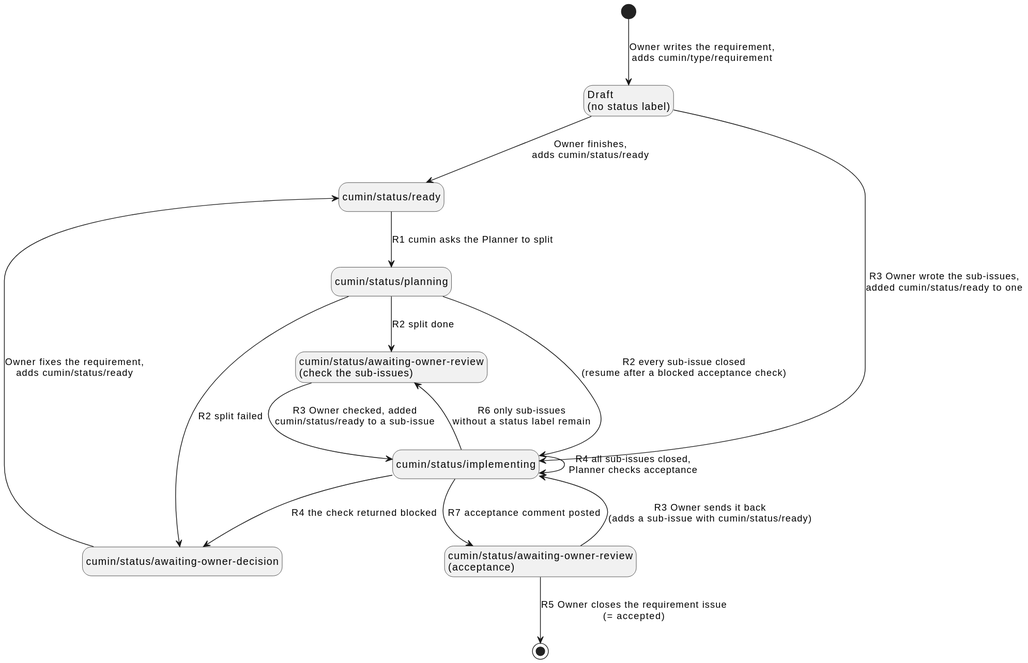
Before: docs/ja/requirements/workflow/requirement-issue-states.svg, a diagram exported from PlantUML (cloveclovedev/cumin-works).
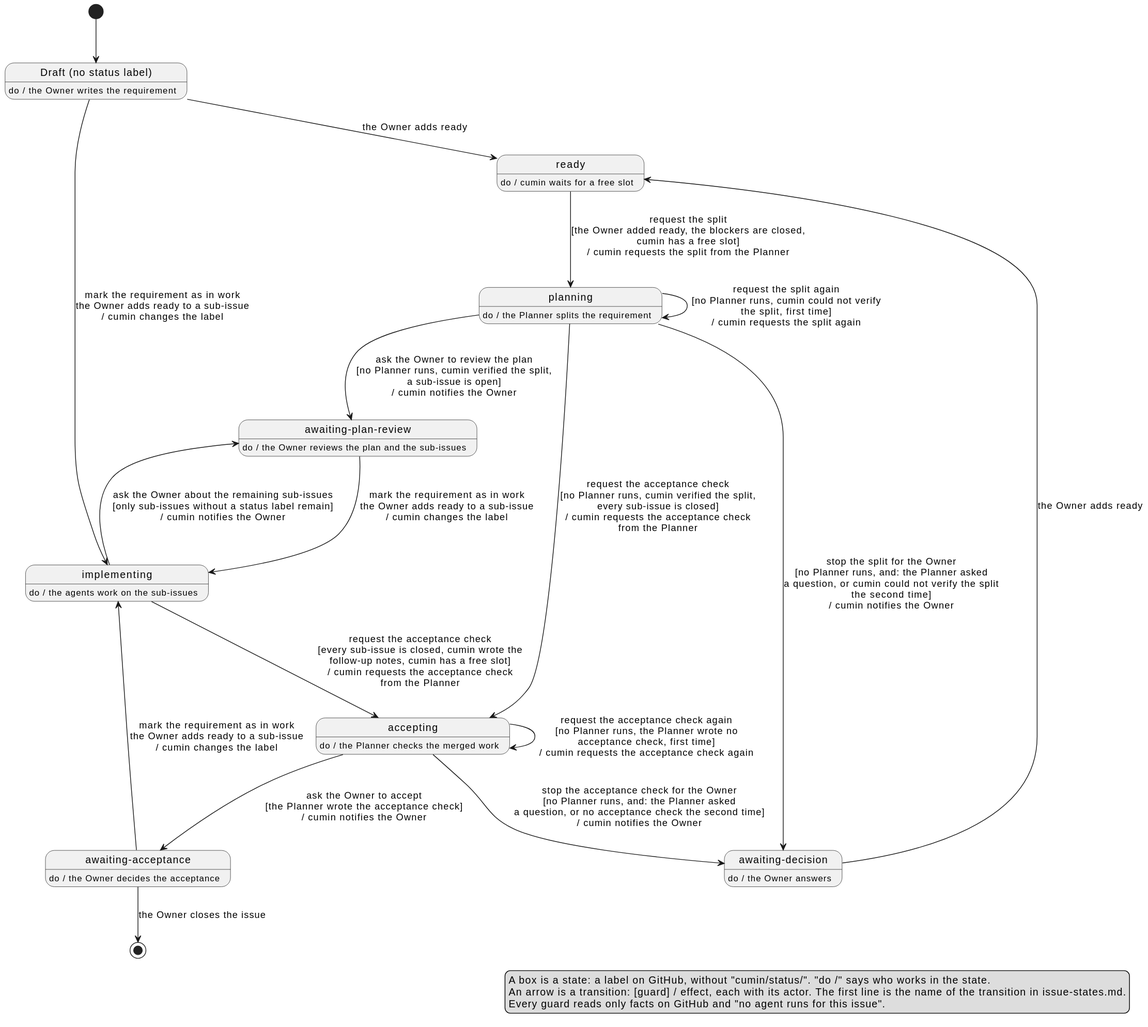
The same diagram one commit later.

Commit message:
docs(requirements): rewrite the states of an issue as a state machine (#514)

The edit, as a diff of the source:
```diff
@@ -2,27 +2,51 @@
 
 hide empty description
 
-state "Draft\n(no status label)" as Draft
-state "cumin/status/ready" as Ready
-state "cumin/status/planning" as Planning
-state "cumin/status/awaiting-owner-review\n(check the sub-issues)" as PlanReview
-state "cumin/status/implementing" as Implementing
-state "cumin/status/awaiting-owner-review\n(acceptance)" as Acceptance
-state "cumin/status/awaiting-owner-decision" as Decision
+state "Draft (no status label)" as Draft
+Draft : do / the Owner writes the requirement
 
-[*] --> Draft : Owner writes the requirement,\nadds cumin/type/requirement
-Draft --> Ready : Owner finishes,\nadds cumin/status/ready
-Draft --> Implementing : R3 Owner wrote the sub-issues,\nadded cumin/status/ready to one
-Ready --> Planning : R1 cumin asks the Planner to split
-Planning --> PlanReview : R2 split done
-Planning --> Implementing : R2 every sub-issue closed\n(resume after a blocked acceptance check)
-Planning --> Decision : R2 split failed
-Decision --> Ready : Owner fixes the requirement,\nadds cumin/status/ready
-PlanReview --> Implementing : R3 Owner checked, added\ncumin/status/ready to a sub-issue
-Implementing --> Implementing : R4 all sub-issues closed,\nPlanner checks acceptance
-Implementing --> Decision : R4 the check returned blocked
-Implementing --> Acceptance : R7 acceptance comment posted
-Implementing --> PlanReview : R6 only sub-issues\nwithout a status label remain
-Acceptance --> Implementing : R3 Owner sends it back\n(adds a sub-issue with cumin/status/ready)
-Acceptance --> [*] : R5 Owner closes the requirement issue\n(= accepted)
+state "ready" as Ready
+Ready : do / cumin waits for a free slot
+
+state "planning" as Planning
+Planning : do / the Planner splits the requirement
+
+state "awaiting-plan-review" as PlanReview
+PlanReview : do / the Owner reviews the plan and the sub-issues
+
+state "implementing" as Implementing
+Implementing : do / the agents work on the sub-issues
+
+state "accepting" as Accepting
+Accepting : do / the Planner checks the merged work
+
+state "awaiting-acceptance" as Acceptance
+Acceptance : do / the Owner decides the acceptance
+
+state "awaiting-decision" as Decision
+Decision : do / the Owner answers
+
+[*] --> Draft
+Draft --> Ready : the Owner adds ready
+Draft --> Implementing : mark the requirement as in work\nthe Owner adds ready to a sub-issue\n/ cumin changes the label
+Ready --> Planning : request the split\n[the Owner added ready, the blockers are closed,\ncumin has a free slot]\n/ cumin requests the split from the Planner
+Planning --> PlanReview : ask the Owner to review the plan\n[no Planner runs, cumin verified the split,\na sub-issue is open]\n/ cumin notifies the Owner
+Planning --> Accepting : request the acceptance check\n[no Planner runs, cumin verified the split,\nevery sub-issue is closed]\n/ cumin requests the acceptance check\nfrom the Planner
+Planning --> Planning : request the split again\n[no Planner runs, cumin could not verify\nthe split, first time]\n/ cumin requests the split again
+Planning --> Decision : stop the split for the Owner\n[no Planner runs, and: the Planner asked\na question, or cumin could not verify the split\nthe second time]\n/ cumin notifies the Owner
+PlanReview --> Implementing : mark the requirement as in work\nthe Owner adds ready to a sub-issue\n/ cumin changes the label
+Implementing --> Accepting : request the acceptance check\n[every sub-issue is closed, cumin wrote the\nfollow-up notes, cumin has a free slot]\n/ cumin requests the acceptance check\nfrom the Planner
+Implementing --> PlanReview : ask the Owner about the remaining sub-issues\n[only sub-issues without a status label remain]\n/ cumin notifies the Owner
+Accepting --> Acceptance : ask the Owner to accept\n[the Planner wrote the acceptance check]\n/ cumin notifies the Owner
+Accepting --> Accepting : request the acceptance check again\n[no Planner runs, the Planner wrote no\nacceptance check, first time]\n/ cumin requests the acceptance check again
+Accepting --> Decision : stop the acceptance check for the Owner\n[no Planner runs, and: the Planner asked\na question, or no acceptance check the second time]\n/ cumin notifies the Owner
+Acceptance --> Implementing : mark the requirement as in work\nthe Owner adds ready to a sub-issue\n/ cumin changes the label
+Acceptance --> [*] : the Owner closes the issue
+Decision --> Ready : the Owner adds ready
+
+legend right
+  A box is a state: a label on GitHub, without "cumin/status/". "do /" says who works in the state.
+  An arrow is a transition: [guard] / effect, each with its actor. The first line is the name of the transition in issue-states.md.
+  Every guard reads only facts on GitHub and "no agent runs for this issue".
+endlegend
 @enduml
```
